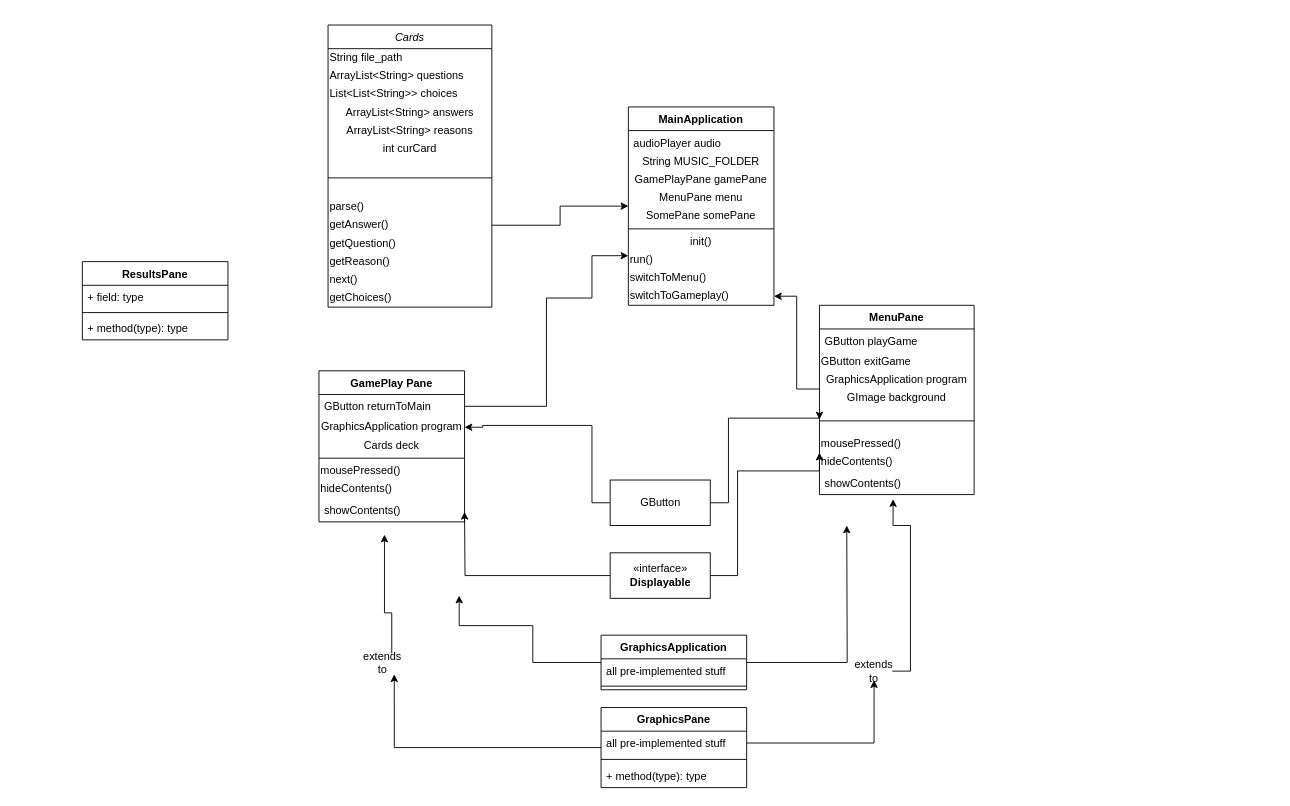
Earlier version of the draw.io diagram Untitled Diagram.drawio (Prot0ast/Repository-Name). Source tidied: cells renumbered, new cells numbered last; positions are measured from the earlier drawing's top-left corner, leaving out a move shared by most shapes. Both pictures are drawn from the tidied source at 91%, with x=0, y=0 at pixel (82, 25).
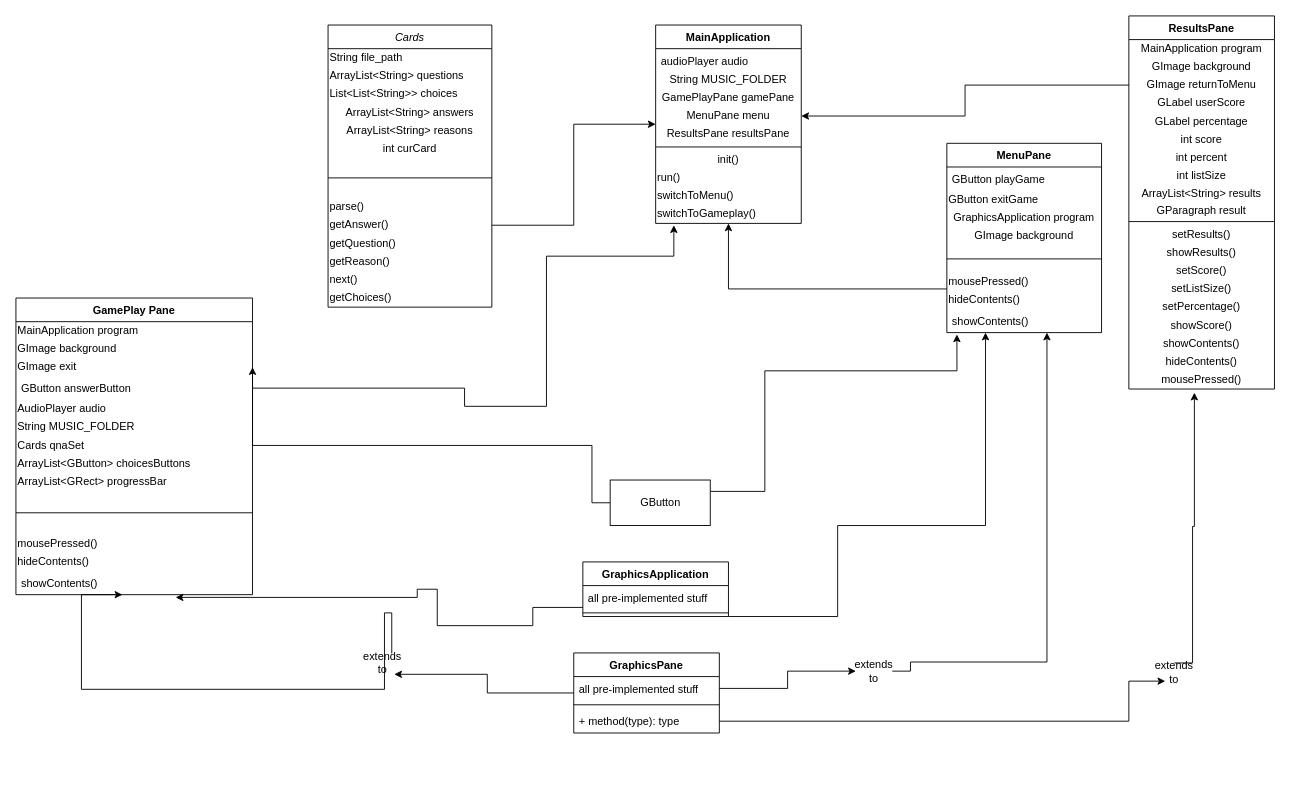
The same diagram, later.

Unchanged cells that the change refers to:
```xml
<mxCell id="22" style="line;strokeWidth=1;fillColor=none;align=left;verticalAlign=middle;spacingTop=-1;spacingLeft=3;spacingRight=3;labelPosition=right;points=[];portConstraint=eastwest;" parent="17" vertex="1">
  <mxGeometry y="112" width="170" height="30" as="geometry" />
</mxCell>
<mxCell id="25" value="showContents()" style="text;strokeColor=none;fillColor=none;align=left;verticalAlign=top;spacingLeft=4;spacingRight=4;overflow=hidden;points=[[0,0.5],[1,0.5]];portConstraint=eastwest;" parent="17" vertex="1">
  <mxGeometry y="182" width="170" height="26" as="geometry" />
</mxCell>
<mxCell id="38" value="MenuPane menu" style="text;html=1;strokeColor=none;fillColor=none;align=center;verticalAlign=middle;whiteSpace=wrap;rounded=0;" parent="34" vertex="1">
  <mxGeometry y="90" width="160" height="20" as="geometry" />
</mxCell>
<mxCell id="44" value="switchToGameplay()" style="text;html=1;strokeColor=none;fillColor=none;align=left;verticalAlign=middle;whiteSpace=wrap;rounded=0;" parent="34" vertex="1">
  <mxGeometry y="198" width="160" height="20" as="geometry" />
</mxCell>
<mxCell id="56" value="+ method(type): type" style="text;strokeColor=none;fillColor=none;align=left;verticalAlign=top;spacingLeft=4;spacingRight=4;overflow=hidden;points=[[0,0.5],[1,0.5]];portConstraint=eastwest;" parent="53" vertex="1">
  <mxGeometry y="62" width="160" height="26" as="geometry" />
</mxCell>
<mxCell id="58" value="extends to" style="text;html=1;strokeColor=none;fillColor=none;align=center;verticalAlign=middle;whiteSpace=wrap;rounded=0;" parent="1" vertex="1">
  <mxGeometry x="310" y="690.5" width="40" height="20" as="geometry" />
</mxCell>
<mxCell id="65" value="GButton" style="html=1;" parent="1" vertex="1">
  <mxGeometry x="580" y="500" width="110" height="50" as="geometry" />
</mxCell>
<mxCell id="66" value="extends to" style="text;html=1;strokeColor=none;fillColor=none;align=center;verticalAlign=middle;whiteSpace=wrap;rounded=0;" parent="1" vertex="1">
  <mxGeometry x="850" y="700" width="40" height="20" as="geometry" />
</mxCell>
```

Change to the diagram source:
```diff
@@
     <mxCell id="16" style="edgeStyle=orthogonalEdgeStyle;rounded=0;jettySize=auto;html=1;" parent="1" edge="1" source="17" target="44">
       <mxGeometry relative="1" as="geometry">
         <Array as="points">
-          <mxPoint x="785" y="400" />
-          <mxPoint x="785" y="298" />
+          <mxPoint x="710" y="290" />
         </Array>
       </mxGeometry>
     </mxCell>
     <mxCell id="17" value="MenuPane" style="swimlane;fontStyle=1;align=center;verticalAlign=top;horizontal=1;startSize=26;" parent="1" vertex="1">
-      <mxGeometry x="810" y="308" width="170" height="208" as="geometry" />
+      <mxGeometry x="950" y="130" width="170" height="208" as="geometry" />
     </mxCell>
@@
     <mxCell id="26" value="GamePlay Pane" style="swimlane;fontStyle=1;align=center;verticalAlign=top;horizontal=1;startSize=26;" parent="1" vertex="1">
-      <mxGeometry x="260" y="380" width="160" height="166" as="geometry" />
+      <mxGeometry x="-73" y="300" width="260" height="326" as="geometry" />
     </mxCell>
+    <mxCell id="28" value="&lt;div align=&quot;left&quot;&gt;MainApplication program&lt;/div&gt;" style="text;html=1;strokeColor=none;fillColor=none;align=left;verticalAlign=middle;whiteSpace=wrap;rounded=0;" parent="26" vertex="1">
+      <mxGeometry y="26" width="260" height="20" as="geometry" />
+    </mxCell>
+    <mxCell id="72" value="GImage background" style="text;html=1;strokeColor=none;fillColor=none;align=left;verticalAlign=middle;whiteSpace=wrap;rounded=0;" parent="26" vertex="1">
+      <mxGeometry y="46" width="260" height="20" as="geometry" />
+    </mxCell>
+    <mxCell id="73" value="&lt;div align=&quot;left&quot;&gt;GImage exit&lt;/div&gt;" style="text;html=1;strokeColor=none;fillColor=none;align=left;verticalAlign=middle;whiteSpace=wrap;rounded=0;" parent="26" vertex="1">
+      <mxGeometry y="66" width="260" height="20" as="geometry" />
+    </mxCell>
-    <mxCell id="27" value="GButton returnToMain" style="text;strokeColor=none;fillColor=none;align=left;verticalAlign=top;spacingLeft=4;spacingRight=4;overflow=hidden;points=[[0,0.5],[1,0.5]];portConstraint=eastwest;" parent="26" vertex="1">
-      <mxGeometry y="26" width="160" height="26" as="geometry" />
+    <mxCell id="27" value="GButton answerButton" style="text;strokeColor=none;fillColor=none;align=left;verticalAlign=top;spacingLeft=4;spacingRight=4;overflow=hidden;points=[[0,0.5],[1,0.5]];portConstraint=eastwest;" parent="26" vertex="1">
+      <mxGeometry y="86" width="260" height="26" as="geometry" />
     </mxCell>
-    <mxCell id="28" value="GraphicsApplication program" style="text;html=1;strokeColor=none;fillColor=none;align=center;verticalAlign=middle;whiteSpace=wrap;rounded=0;" parent="26" vertex="1">
-      <mxGeometry y="52" width="160" height="20" as="geometry" />
-    </mxCell>
+    <mxCell id="74" value="&lt;div align=&quot;left&quot;&gt;AudioPlayer audio&lt;/div&gt;" style="text;html=1;strokeColor=none;fillColor=none;align=left;verticalAlign=middle;whiteSpace=wrap;rounded=0;" parent="26" vertex="1">
+      <mxGeometry y="112" width="260" height="20" as="geometry" />
+    </mxCell>
+    <mxCell id="75" value="&lt;div align=&quot;left&quot;&gt;String MUSIC_FOLDER&lt;/div&gt;" style="text;html=1;strokeColor=none;fillColor=none;align=left;verticalAlign=middle;whiteSpace=wrap;rounded=0;" parent="26" vertex="1">
+      <mxGeometry y="132" width="260" height="20" as="geometry" />
+    </mxCell>
-    <mxCell id="29" value="Cards deck" style="text;html=1;strokeColor=none;fillColor=none;align=center;verticalAlign=middle;whiteSpace=wrap;rounded=0;" parent="26" vertex="1">
-      <mxGeometry y="72" width="160" height="20" as="geometry" />
+    <mxCell id="29" value="&lt;div align=&quot;left&quot;&gt;Cards qnaSet&lt;/div&gt;" style="text;html=1;strokeColor=none;fillColor=none;align=left;verticalAlign=middle;whiteSpace=wrap;rounded=0;" parent="26" vertex="1">
+      <mxGeometry y="152" width="260" height="20" as="geometry" />
     </mxCell>
+    <mxCell id="76" value="&lt;div align=&quot;left&quot;&gt;ArrayList&amp;lt;GButton&amp;gt; choicesButtons&lt;/div&gt;" style="text;html=1;strokeColor=none;fillColor=none;align=left;verticalAlign=middle;whiteSpace=wrap;rounded=0;" parent="26" vertex="1">
+      <mxGeometry y="172" width="260" height="20" as="geometry" />
+    </mxCell>
+    <mxCell id="77" value="&lt;div align=&quot;left&quot;&gt;ArrayList&amp;lt;GRect&amp;gt; progressBar&lt;/div&gt;" style="text;html=1;strokeColor=none;fillColor=none;align=left;verticalAlign=middle;whiteSpace=wrap;rounded=0;" parent="26" vertex="1">
+      <mxGeometry y="192" width="260" height="20" as="geometry" />
+    </mxCell>
     <mxCell id="30" style="line;strokeWidth=1;fillColor=none;align=left;verticalAlign=middle;spacingTop=-1;spacingLeft=3;spacingRight=3;labelPosition=right;" parent="26" vertex="1">
-      <mxGeometry y="92" width="160" height="8" as="geometry" />
+      <mxGeometry y="212" width="260" height="48" as="geometry" />
     </mxCell>
     <mxCell id="31" value="&lt;div align=&quot;left&quot;&gt;mousePressed()&lt;/div&gt;" style="text;html=1;strokeColor=none;fillColor=none;align=left;verticalAlign=middle;whiteSpace=wrap;rounded=0;" parent="26" vertex="1">
-      <mxGeometry y="100" width="160" height="20" as="geometry" />
+      <mxGeometry y="260" width="260" height="20" as="geometry" />
     </mxCell>
     <mxCell id="32" value="&lt;div align=&quot;left&quot;&gt;hideContents()&lt;/div&gt;" style="text;html=1;strokeColor=none;fillColor=none;align=left;verticalAlign=middle;whiteSpace=wrap;rounded=0;" parent="26" vertex="1">
-      <mxGeometry y="120" width="160" height="20" as="geometry" />
+      <mxGeometry y="280" width="260" height="20" as="geometry" />
     </mxCell>
     <mxCell id="33" value="showContents()" style="text;strokeColor=none;fillColor=none;align=left;verticalAlign=top;spacingLeft=4;spacingRight=4;overflow=hidden;points=[[0,0.5],[1,0.5]];portConstraint=eastwest;" parent="26" vertex="1">
-      <mxGeometry y="140" width="160" height="26" as="geometry" />
+      <mxGeometry y="300" width="260" height="26" as="geometry" />
     </mxCell>
     <mxCell id="34" value="MainApplication" style="swimlane;fontStyle=1;align=center;verticalAlign=top;horizontal=1;startSize=26;" parent="1" vertex="1">
-      <mxGeometry x="600" y="90" width="160" height="218" as="geometry" />
+      <mxGeometry x="630" width="160" height="218" as="geometry" />
     </mxCell>
@@
-    <mxCell id="39" value="SomePane somePane" style="text;html=1;strokeColor=none;fillColor=none;align=center;verticalAlign=middle;whiteSpace=wrap;rounded=0;" parent="34" vertex="1">
+    <mxCell id="39" value="ResultsPane resultsPane" style="text;html=1;strokeColor=none;fillColor=none;align=center;verticalAlign=middle;whiteSpace=wrap;rounded=0;" parent="34" vertex="1">
       <mxGeometry y="110" width="160" height="20" as="geometry" />
     </mxCell>
@@
-    <mxCell id="45" style="edgeStyle=orthogonalEdgeStyle;rounded=0;jettySize=auto;html=1;entryX=0;entryY=0.75;entryDx=0;entryDy=0;" parent="1" edge="1" source="27" target="34">
+    <mxCell id="45" style="edgeStyle=orthogonalEdgeStyle;rounded=0;jettySize=auto;html=1;entryX=0.125;entryY=1.1;entryDx=0;entryDy=0;entryPerimeter=0;" parent="1" edge="1" source="27" target="44">
       <mxGeometry relative="1" as="geometry">
         <Array as="points">
+          <mxPoint x="420" y="419" />
           <mxPoint x="510" y="419" />
-          <mxPoint x="510" y="300" />
-          <mxPoint x="560" y="300" />
-          <mxPoint x="560" y="254" />
+          <mxPoint x="510" y="254" />
+          <mxPoint x="650" y="254" />
         </Array>
       </mxGeometry>
     </mxCell>
@@
-    <mxCell id="47" style="edgeStyle=orthogonalEdgeStyle;rounded=0;jettySize=auto;html=1;entryX=0.963;entryY=1.05;entryDx=0;entryDy=0;entryPerimeter=0;" parent="1" edge="1" source="49">
+    <mxCell id="47" style="edgeStyle=orthogonalEdgeStyle;rounded=0;jettySize=auto;html=1;entryX=0.675;entryY=1.115;entryDx=0;entryDy=0;entryPerimeter=0;" parent="1" edge="1" source="49" target="33">
       <mxGeometry relative="1" as="geometry">
-        <mxPoint x="414.1" y="627" as="targetPoint" />
         <Array as="points">
-          <mxPoint x="495" y="701" />
+          <mxPoint x="495" y="640" />
           <mxPoint x="495" y="660" />
-          <mxPoint x="414" y="660" />
+          <mxPoint x="390" y="660" />
+          <mxPoint x="390" y="620" />
+          <mxPoint x="368" y="620" />
         </Array>
       </mxGeometry>
     </mxCell>
-    <mxCell id="48" style="edgeStyle=orthogonalEdgeStyle;rounded=0;jettySize=auto;html=1;" parent="1" edge="1" source="49">
+    <mxCell id="48" style="edgeStyle=orthogonalEdgeStyle;rounded=0;jettySize=auto;html=1;entryX=0.25;entryY=1;entryDx=0;entryDy=0;" parent="1" edge="1" source="49" target="17">
       <mxGeometry relative="1" as="geometry">
-        <mxPoint x="840" y="550" as="targetPoint" />
+        <Array as="points">
+          <mxPoint x="830" y="650" />
+          <mxPoint x="830" y="550" />
+          <mxPoint x="993" y="550" />
+        </Array>
       </mxGeometry>
     </mxCell>
     <mxCell id="49" value="GraphicsApplication" style="swimlane;fontStyle=1;align=center;verticalAlign=top;horizontal=1;startSize=26;" parent="1" vertex="1">
-      <mxGeometry x="570" y="670.5" width="160" height="60" as="geometry" />
+      <mxGeometry x="550" y="590" width="160" height="60" as="geometry" />
     </mxCell>
@@
-    <mxCell id="52" style="edgeStyle=orthogonalEdgeStyle;rounded=0;jettySize=auto;html=1;" parent="1" edge="1" source="58">
+    <mxCell id="52" style="edgeStyle=orthogonalEdgeStyle;rounded=0;jettySize=auto;html=1;entryX=0.45;entryY=1;entryDx=0;entryDy=0;entryPerimeter=0;" parent="1" edge="1" source="58" target="33">
       <mxGeometry relative="1" as="geometry">
-        <mxPoint x="332" y="560" as="targetPoint" />
         <Array as="points">
           <mxPoint x="340" y="646" />
           <mxPoint x="332" y="646" />
+          <mxPoint x="332" y="730" />
+          <mxPoint x="-1" y="730" />
         </Array>
       </mxGeometry>
     </mxCell>
     <mxCell id="53" value="GraphicsPane" style="swimlane;fontStyle=1;align=center;verticalAlign=top;horizontal=1;startSize=26;" parent="1" vertex="1">
-      <mxGeometry x="570" y="750" width="160" height="88" as="geometry" />
+      <mxGeometry x="540" y="690" width="160" height="88" as="geometry" />
     </mxCell>
@@
-    <mxCell id="57" style="edgeStyle=orthogonalEdgeStyle;rounded=0;jettySize=auto;html=1;exitX=1;exitY=0.5;exitDx=0;exitDy=0;entryX=0.476;entryY=1.192;entryDx=0;entryDy=0;entryPerimeter=0;" parent="1" edge="1" source="66" target="25">
+    <mxCell id="57" style="edgeStyle=orthogonalEdgeStyle;rounded=0;jettySize=auto;html=1;exitX=1;exitY=0.5;exitDx=0;exitDy=0;" parent="1" edge="1" source="66" target="25">
       <mxGeometry relative="1" as="geometry">
         <Array as="points">
           <mxPoint x="910" y="710" />
-          <mxPoint x="910" y="550" />
+          <mxPoint x="910" y="700" />
+          <mxPoint x="1060" y="700" />
         </Array>
       </mxGeometry>
     </mxCell>
@@
-    <mxCell id="60" style="edgeStyle=orthogonalEdgeStyle;rounded=0;jettySize=auto;html=1;entryX=1;entryY=0.75;entryDx=0;entryDy=0;" parent="1" edge="1" source="62">
-      <mxGeometry relative="1" as="geometry">
-        <mxPoint x="420" y="535" as="targetPoint" />
-      </mxGeometry>
-    </mxCell>
-    <mxCell id="61" style="edgeStyle=orthogonalEdgeStyle;rounded=0;jettySize=auto;html=1;exitX=1;exitY=0.5;exitDx=0;exitDy=0;" parent="1" edge="1" source="62">
-      <mxGeometry relative="1" as="geometry">
-        <mxPoint x="810" y="470" as="targetPoint" />
-        <Array as="points">
-          <mxPoint x="720" y="605" />
-          <mxPoint x="720" y="490" />
-        </Array>
-      </mxGeometry>
-    </mxCell>
-    <mxCell id="62" value="«interface»&lt;br&gt;&lt;b&gt;Displayable&lt;/b&gt;" style="html=1;" parent="1" vertex="1">
-      <mxGeometry x="580" y="580" width="110" height="50" as="geometry" />
-    </mxCell>
-    <mxCell id="63" style="edgeStyle=orthogonalEdgeStyle;rounded=0;jettySize=auto;html=1;entryX=1;entryY=0.5;entryDx=0;entryDy=0;" parent="1" edge="1" source="65" target="28">
+    <mxCell id="63" style="edgeStyle=orthogonalEdgeStyle;rounded=0;jettySize=auto;html=1;entryX=1;entryY=0.5;entryDx=0;entryDy=0;" parent="1" edge="1" source="65" target="73">
       <mxGeometry relative="1" as="geometry">
         <Array as="points">
           <mxPoint x="560" y="525" />
-          <mxPoint x="560" y="440" />
-          <mxPoint x="440" y="440" />
-          <mxPoint x="440" y="442" />
+          <mxPoint x="560" y="462" />
         </Array>
       </mxGeometry>
     </mxCell>
-    <mxCell id="64" style="edgeStyle=orthogonalEdgeStyle;rounded=0;jettySize=auto;html=1;entryX=0;entryY=0.448;entryDx=0;entryDy=0;entryPerimeter=0;" parent="1" edge="1" source="65" target="22">
+    <mxCell id="64" style="edgeStyle=orthogonalEdgeStyle;rounded=0;jettySize=auto;html=1;exitX=1;exitY=0.25;exitDx=0;exitDy=0;entryX=0.065;entryY=1.077;entryDx=0;entryDy=0;entryPerimeter=0;" parent="1" edge="1" source="65" target="25">
       <mxGeometry relative="1" as="geometry">
         <Array as="points">
-          <mxPoint x="710" y="525" />
-          <mxPoint x="710" y="432" />
-          <mxPoint x="810" y="432" />
+          <mxPoint x="750" y="513" />
+          <mxPoint x="750" y="380" />
+          <mxPoint x="961" y="380" />
         </Array>
       </mxGeometry>
     </mxCell>
@@
     <mxCell id="68" value="ResultsPane" style="swimlane;fontStyle=1;align=center;verticalAlign=top;horizontal=1;startSize=26;" parent="1" vertex="1">
-      <mxGeometry y="260" width="160" height="86" as="geometry" />
+      <mxGeometry x="1150" y="-10" width="160" height="410" as="geometry" />
     </mxCell>
-    <mxCell id="69" value="+ field: type" style="text;strokeColor=none;fillColor=none;align=left;verticalAlign=top;spacingLeft=4;spacingRight=4;overflow=hidden;" parent="68" vertex="1">
-      <mxGeometry y="26" width="160" height="26" as="geometry" />
-    </mxCell>
+    <mxCell id="78" value="MainApplication program" style="text;html=1;strokeColor=none;fillColor=none;align=center;verticalAlign=middle;whiteSpace=wrap;rounded=0;" parent="68" vertex="1">
+      <mxGeometry y="26" width="160" height="20" as="geometry" />
+    </mxCell>
+    <mxCell id="79" value="GImage background" style="text;html=1;strokeColor=none;fillColor=none;align=center;verticalAlign=middle;whiteSpace=wrap;rounded=0;" parent="68" vertex="1">
+      <mxGeometry y="46" width="160" height="20" as="geometry" />
+    </mxCell>
+    <mxCell id="80" value="GImage returnToMenu" style="text;html=1;strokeColor=none;fillColor=none;align=center;verticalAlign=middle;whiteSpace=wrap;rounded=0;" parent="68" vertex="1">
+      <mxGeometry y="66" width="160" height="20" as="geometry" />
+    </mxCell>
+    <mxCell id="81" value="GLabel userScore" style="text;html=1;strokeColor=none;fillColor=none;align=center;verticalAlign=middle;whiteSpace=wrap;rounded=0;" parent="68" vertex="1">
+      <mxGeometry y="86" width="160" height="20" as="geometry" />
+    </mxCell>
+    <mxCell id="82" value="GLabel percentage" style="text;html=1;strokeColor=none;fillColor=none;align=center;verticalAlign=middle;whiteSpace=wrap;rounded=0;" parent="68" vertex="1">
+      <mxGeometry y="106" width="160" height="20" as="geometry" />
+    </mxCell>
+    <mxCell id="83" value="int score" style="text;html=1;strokeColor=none;fillColor=none;align=center;verticalAlign=middle;whiteSpace=wrap;rounded=0;" parent="68" vertex="1">
+      <mxGeometry y="126" width="160" height="20" as="geometry" />
+    </mxCell>
+    <mxCell id="84" value="int percent" style="text;html=1;strokeColor=none;fillColor=none;align=center;verticalAlign=middle;whiteSpace=wrap;rounded=0;" parent="68" vertex="1">
+      <mxGeometry y="146" width="160" height="20" as="geometry" />
+    </mxCell>
+    <mxCell id="85" value="int listSize" style="text;html=1;strokeColor=none;fillColor=none;align=center;verticalAlign=middle;whiteSpace=wrap;rounded=0;" parent="68" vertex="1">
+      <mxGeometry y="166" width="160" height="20" as="geometry" />
+    </mxCell>
+    <mxCell id="86" value="ArrayList&amp;lt;String&amp;gt; results" style="text;html=1;strokeColor=none;fillColor=none;align=center;verticalAlign=middle;whiteSpace=wrap;rounded=0;" parent="68" vertex="1">
+      <mxGeometry y="186" width="160" height="20" as="geometry" />
+    </mxCell>
+    <mxCell id="87" value="GParagraph result" style="text;html=1;strokeColor=none;fillColor=none;align=center;verticalAlign=middle;whiteSpace=wrap;rounded=0;" parent="68" vertex="1">
+      <mxGeometry y="206" width="160" height="16" as="geometry" />
+    </mxCell>
     <mxCell id="70" style="line;strokeWidth=1;fillColor=none;align=left;verticalAlign=middle;spacingTop=-1;spacingLeft=3;spacingRight=3;labelPosition=right;" parent="68" vertex="1">
-      <mxGeometry y="52" width="160" height="8" as="geometry" />
+      <mxGeometry y="222" width="160" height="8" as="geometry" />
     </mxCell>
-    <mxCell id="71" value="+ method(type): type" style="text;strokeColor=none;fillColor=none;align=left;verticalAlign=top;spacingLeft=4;spacingRight=4;overflow=hidden;" parent="68" vertex="1">
-      <mxGeometry y="60" width="160" height="26" as="geometry" />
-    </mxCell>
+    <mxCell id="88" value="setResults()" style="text;html=1;strokeColor=none;fillColor=none;align=center;verticalAlign=middle;whiteSpace=wrap;rounded=0;" parent="68" vertex="1">
+      <mxGeometry y="230" width="160" height="20" as="geometry" />
+    </mxCell>
+    <mxCell id="89" value="showResults()" style="text;html=1;strokeColor=none;fillColor=none;align=center;verticalAlign=middle;whiteSpace=wrap;rounded=0;" parent="68" vertex="1">
+      <mxGeometry y="250" width="160" height="20" as="geometry" />
+    </mxCell>
+    <mxCell id="90" value="setScore()" style="text;html=1;strokeColor=none;fillColor=none;align=center;verticalAlign=middle;whiteSpace=wrap;rounded=0;" parent="68" vertex="1">
+      <mxGeometry y="270" width="160" height="20" as="geometry" />
+    </mxCell>
+    <mxCell id="91" value="setListSize()" style="text;html=1;strokeColor=none;fillColor=none;align=center;verticalAlign=middle;whiteSpace=wrap;rounded=0;" parent="68" vertex="1">
+      <mxGeometry y="290" width="160" height="20" as="geometry" />
+    </mxCell>
+    <mxCell id="92" value="setPercentage()" style="text;html=1;strokeColor=none;fillColor=none;align=center;verticalAlign=middle;whiteSpace=wrap;rounded=0;" parent="68" vertex="1">
+      <mxGeometry y="310" width="160" height="20" as="geometry" />
+    </mxCell>
+    <mxCell id="93" value="showScore()" style="text;html=1;strokeColor=none;fillColor=none;align=center;verticalAlign=middle;whiteSpace=wrap;rounded=0;" parent="68" vertex="1">
+      <mxGeometry y="330" width="160" height="20" as="geometry" />
+    </mxCell>
+    <mxCell id="94" value="showContents()" style="text;html=1;strokeColor=none;fillColor=none;align=center;verticalAlign=middle;whiteSpace=wrap;rounded=0;" parent="68" vertex="1">
+      <mxGeometry y="350" width="160" height="20" as="geometry" />
+    </mxCell>
+    <mxCell id="95" value="hideContents()" style="text;html=1;strokeColor=none;fillColor=none;align=center;verticalAlign=middle;whiteSpace=wrap;rounded=0;" parent="68" vertex="1">
+      <mxGeometry y="370" width="160" height="20" as="geometry" />
+    </mxCell>
+    <mxCell id="96" value="mousePressed()" style="text;html=1;strokeColor=none;fillColor=none;align=center;verticalAlign=middle;whiteSpace=wrap;rounded=0;" parent="68" vertex="1">
+      <mxGeometry y="390" width="160" height="20" as="geometry" />
+    </mxCell>
+    <mxCell id="97" style="edgeStyle=orthogonalEdgeStyle;rounded=0;jettySize=auto;html=1;exitX=0;exitY=0.5;exitDx=0;exitDy=0;entryX=1;entryY=0.5;entryDx=0;entryDy=0;" parent="1" edge="1" source="80" target="38">
+      <mxGeometry relative="1" as="geometry" />
+    </mxCell>
+    <mxCell id="98" style="edgeStyle=orthogonalEdgeStyle;rounded=0;jettySize=auto;html=1;exitX=0.5;exitY=0;exitDx=0;exitDy=0;entryX=0.45;entryY=1.2;entryDx=0;entryDy=0;entryPerimeter=0;" parent="1" edge="1" source="99" target="96">
+      <mxGeometry relative="1" as="geometry">
+        <Array as="points">
+          <mxPoint x="1220" y="701" />
+          <mxPoint x="1220" y="551" />
+          <mxPoint x="1222" y="551" />
+        </Array>
+      </mxGeometry>
+    </mxCell>
+    <mxCell id="99" value="extends to" style="text;html=1;strokeColor=none;fillColor=none;align=center;verticalAlign=middle;whiteSpace=wrap;rounded=0;" parent="1" vertex="1">
+      <mxGeometry x="1180" y="701" width="40" height="20" as="geometry" />
+    </mxCell>
+    <mxCell id="100" style="edgeStyle=orthogonalEdgeStyle;rounded=0;jettySize=auto;html=1;exitX=1;exitY=0.5;exitDx=0;exitDy=0;entryX=0.25;entryY=1;entryDx=0;entryDy=0;" parent="1" edge="1" source="56" target="99">
+      <mxGeometry relative="1" as="geometry">
+        <Array as="points">
+          <mxPoint x="1150" y="765" />
+          <mxPoint x="1150" y="721" />
+        </Array>
+      </mxGeometry>
+    </mxCell>
```
